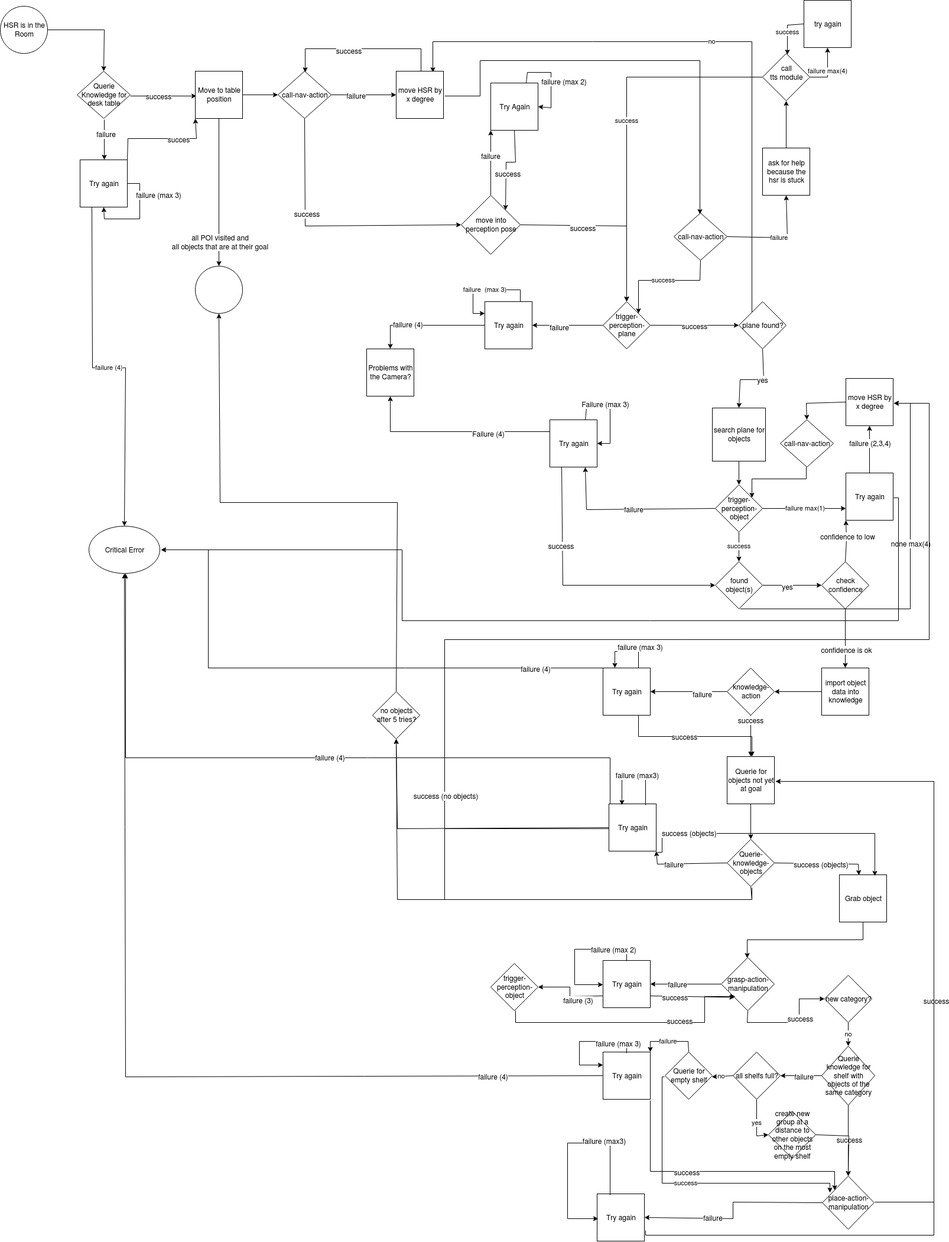
The draw.io diagram diagramms/Flowchart-Grocery-Storing.png in SUTURO/suturo_resources, before a commit. Source tidied: cells renumbered, new cells last; positions are measured from the earlier drawing's top-left corner, leaving out a move shared by most shapes.
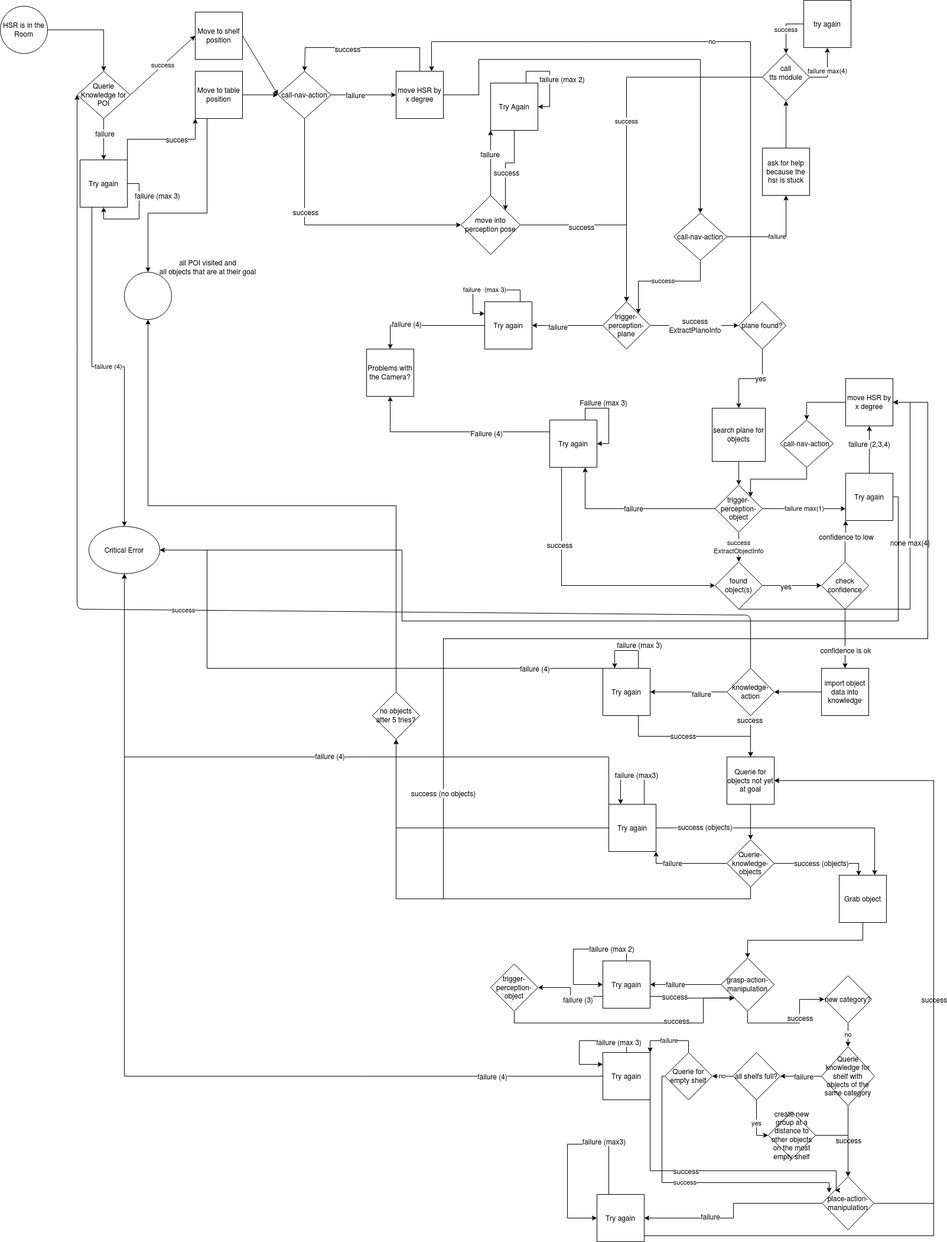
After the commit.

Commit message:
grocery storing flow chart updated

Change to the diagram source:
```diff
@@ -8,19 +8,6 @@
     <mxCell id="3" value="HSR is in the Room" style="ellipse;whiteSpace=wrap;html=1;" parent="1" vertex="1">
       <mxGeometry y="10" width="80" height="80" as="geometry" />
     </mxCell>
-    <mxCell id="4" style="edgeStyle=orthogonalEdgeStyle;rounded=0;jettySize=auto;html=1;exitX=1;exitY=0.5;exitDx=0;exitDy=0;entryX=0;entryY=0.5;entryDx=0;entryDy=0;strokeColor=#000000;" parent="1" edge="1" source="8" target="17">
-      <mxGeometry relative="1" as="geometry">
-        <Array as="points">
-          <mxPoint x="260" y="160" />
-          <mxPoint x="260" y="160" />
-        </Array>
-      </mxGeometry>
-    </mxCell>
-    <mxCell id="5" value="success" style="text;html=1;align=center;verticalAlign=middle;labelBackgroundColor=#ffffff;" parent="4" vertex="1">
-      <mxGeometry y="10" relative="1" as="geometry">
-        <mxPoint x="-10" y="9" as="offset" />
-      </mxGeometry>
-    </mxCell>
     <mxCell id="6" style="edgeStyle=orthogonalEdgeStyle;rounded=0;jettySize=auto;html=1;exitX=0.5;exitY=1;exitDx=0;exitDy=0;strokeColor=#000000;entryX=0.5;entryY=0;entryDx=0;entryDy=0;entryPerimeter=0;" parent="1" edge="1" source="8" target="13">
       <mxGeometry relative="1" as="geometry">
         <Array as="points">
@@ -34,7 +21,7 @@
         <mxPoint y="-17" as="offset" />
       </mxGeometry>
     </mxCell>
-    <mxCell id="8" value="Querie Knowledge for desk table" style="rhombus;whiteSpace=wrap;html=1;" parent="1" vertex="1">
+    <mxCell id="8" value="Querie Knowledge for POI" style="rhombus;whiteSpace=wrap;html=1;" parent="1" vertex="1">
       <mxGeometry x="130" y="120" width="90" height="80" as="geometry" />
     </mxCell>
     <mxCell id="9" style="edgeStyle=orthogonalEdgeStyle;rounded=0;orthogonalLoop=1;jettySize=auto;html=1;exitX=0.5;exitY=1;exitDx=0;exitDy=0;" parent="1" edge="1" source="8" target="8">
@@ -56,7 +43,12 @@
       <mxGeometry relative="1" as="geometry" />
     </mxCell>
     <mxCell id="15" style="edgeStyle=orthogonalEdgeStyle;rounded=0;jettySize=auto;html=1;strokeColor=#000000;" parent="1" edge="1" source="17" target="28">
-      <mxGeometry relative="1" as="geometry" />
+      <mxGeometry relative="1" as="geometry">
+        <Array as="points">
+          <mxPoint x="350" y="360" />
+          <mxPoint x="250" y="360" />
+        </Array>
+      </mxGeometry>
     </mxCell>
     <mxCell id="16" value="all POI visited and&lt;br&gt;all objects that are at their goal" style="text;html=1;align=center;verticalAlign=middle;labelBackgroundColor=#ffffff;" parent="15" vertex="1">
       <mxGeometry x="-0.25" y="-1" relative="1" as="geometry">
@@ -110,7 +102,7 @@
       </mxGeometry>
     </mxCell>
     <mxCell id="28" style="ellipse;whiteSpace=wrap;html=1;" parent="1" vertex="1">
-      <mxGeometry x="330" y="450" width="80" height="80" as="geometry" />
+      <mxGeometry x="210" y="460" width="80" height="80" as="geometry" />
     </mxCell>
     <mxCell id="29" style="edgeStyle=orthogonalEdgeStyle;rounded=0;jettySize=auto;html=1;exitX=0.5;exitY=0;exitDx=0;exitDy=0;entryX=0;entryY=1;entryDx=0;entryDy=0;strokeColor=#000000;" parent="1" edge="1" source="33" target="36">
       <mxGeometry relative="1" as="geometry" />
@@ -155,7 +147,7 @@
     <mxCell id="41" style="edgeStyle=orthogonalEdgeStyle;rounded=0;jettySize=auto;html=1;exitX=1;exitY=0.5;exitDx=0;exitDy=0;entryX=0;entryY=0.5;entryDx=0;entryDy=0;strokeColor=#000000;" parent="1" edge="1" source="43" target="52">
       <mxGeometry relative="1" as="geometry" />
     </mxCell>
-    <mxCell id="42" value="success" style="text;html=1;align=center;verticalAlign=middle;labelBackgroundColor=#ffffff;" parent="41" vertex="1">
+    <mxCell id="42" value="&lt;div&gt;success&lt;/div&gt;&lt;div&gt;ExtractPlanoInfo&lt;br&gt;&lt;/div&gt;" style="text;html=1;align=center;verticalAlign=middle;labelBackgroundColor=#ffffff;" parent="41" vertex="1">
       <mxGeometry x="0.25" y="-2" relative="1" as="geometry">
         <mxPoint x="-19" y="-2" as="offset" />
       </mxGeometry>
@@ -213,7 +205,7 @@
     <mxCell id="56" value="failure" style="text;html=1;align=center;verticalAlign=middle;labelBackgroundColor=#ffffff;" parent="55" vertex="1">
       <mxGeometry x="-0.04" y="-1" relative="1" as="geometry" />
     </mxCell>
-    <mxCell id="57" value="success" style="edgeStyle=orthogonalEdgeStyle;rounded=0;jettySize=auto;html=1;exitX=0.5;exitY=1;exitDx=0;exitDy=0;entryX=0.5;entryY=0;entryDx=0;entryDy=0;" parent="1" edge="1" source="59" target="71">
+    <mxCell id="57" value="&lt;div&gt;success&lt;/div&gt;&lt;div&gt;ExtractObjectInfo&lt;br&gt;&lt;/div&gt;" style="edgeStyle=orthogonalEdgeStyle;rounded=0;jettySize=auto;html=1;exitX=0.5;exitY=1;exitDx=0;exitDy=0;entryX=0.5;entryY=0;entryDx=0;entryDy=0;" parent="1" edge="1" source="59" target="71">
       <mxGeometry relative="1" as="geometry" />
     </mxCell>
     <mxCell id="58" value="failure max(1)" style="edgeStyle=orthogonalEdgeStyle;rounded=0;jettySize=auto;html=1;exitX=1;exitY=0.5;exitDx=0;exitDy=0;entryX=0;entryY=0.75;entryDx=0;entryDy=0;" parent="1" edge="1" source="59" target="80">
@@ -494,11 +486,10 @@
     <mxCell id="127" value="place-action-manipulation" style="rhombus;whiteSpace=wrap;html=1;" parent="1" vertex="1">
       <mxGeometry x="1391.2" y="1990" width="87.5" height="90" as="geometry" />
     </mxCell>
-    <mxCell id="128" style="edgeStyle=orthogonalEdgeStyle;rounded=0;jettySize=auto;html=1;exitX=1;exitY=1;exitDx=0;exitDy=0;entryX=0.75;entryY=0;entryDx=0;entryDy=0;strokeColor=#000000;" parent="1" edge="1" source="135" target="112">
+    <mxCell id="128" style="edgeStyle=orthogonalEdgeStyle;rounded=0;jettySize=auto;html=1;entryX=0.75;entryY=0;entryDx=0;entryDy=0;strokeColor=#000000;exitX=1;exitY=0.5;exitDx=0;exitDy=0;" parent="1" edge="1" source="135" target="112">
       <mxGeometry relative="1" as="geometry">
         <Array as="points">
-          <mxPoint x="1120" y="1410" />
-          <mxPoint x="1480" y="1410" />
+          <mxPoint x="1480" y="1400" />
         </Array>
       </mxGeometry>
     </mxCell>
@@ -717,5 +708,22 @@
     <mxCell id="179" value="no objects after 5 tries?" style="rhombus;whiteSpace=wrap;html=1;" parent="1" vertex="1">
       <mxGeometry x="630" y="1170" width="80" height="80" as="geometry" />
     </mxCell>
+    <mxCell id="180" value="&lt;div&gt;Move to shelf position&lt;/div&gt;" style="whiteSpace=wrap;html=1;" parent="1" vertex="1">
+      <mxGeometry x="330" y="20" width="80" height="80" as="geometry" />
+    </mxCell>
+    <mxCell id="181" value="success" style="endArrow=classic;html=1;exitX=1;exitY=0.5;exitDx=0;exitDy=0;entryX=0;entryY=0.5;entryDx=0;entryDy=0;" parent="1" edge="1" source="8" target="180">
+      <mxGeometry relative="1" as="geometry" />
+    </mxCell>
+    <mxCell id="182" style="endArrow=classic;html=1;exitX=1;exitY=0.5;exitDx=0;exitDy=0;entryX=0;entryY=0.5;entryDx=0;entryDy=0;" parent="1" edge="1" source="180" target="24">
+      <mxGeometry relative="1" as="geometry" />
+    </mxCell>
+    <mxCell id="183" value="success" style="endArrow=classic;html=1;exitX=0.5;exitY=0;exitDx=0;exitDy=0;entryX=0;entryY=0.5;entryDx=0;entryDy=0;" parent="1" edge="1" source="94" target="8">
+      <mxGeometry relative="1" as="geometry">
+        <Array as="points">
+          <mxPoint x="1270" y="1040" />
+          <mxPoint x="130" y="1030" />
+        </Array>
+      </mxGeometry>
+    </mxCell>
   </root>
 </mxGraphModel>
```
